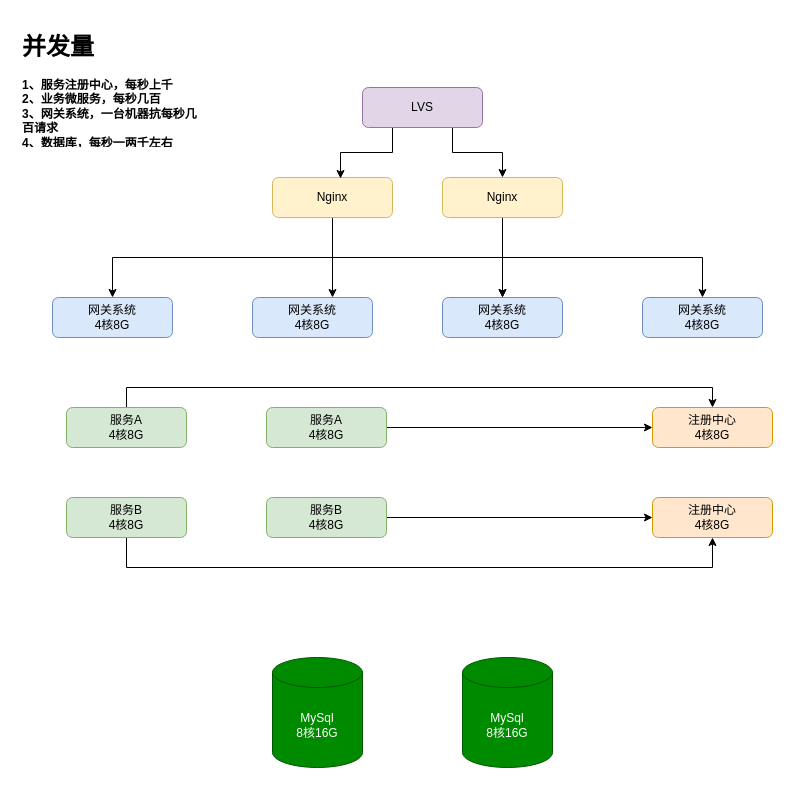
Above: page "生产部署图" (2 of 2) of Spring Cloud.drawio in juesuchen/diagrams (draw.io), before the change. Source tidied: cells renumbered, new cells numbered last; positions are measured from the earlier drawing's top-left corner, leaving out a move shared by most shapes. Both pictures are drawn from the tidied source at 100%, with x=0, y=0 at pixel (17, 27).
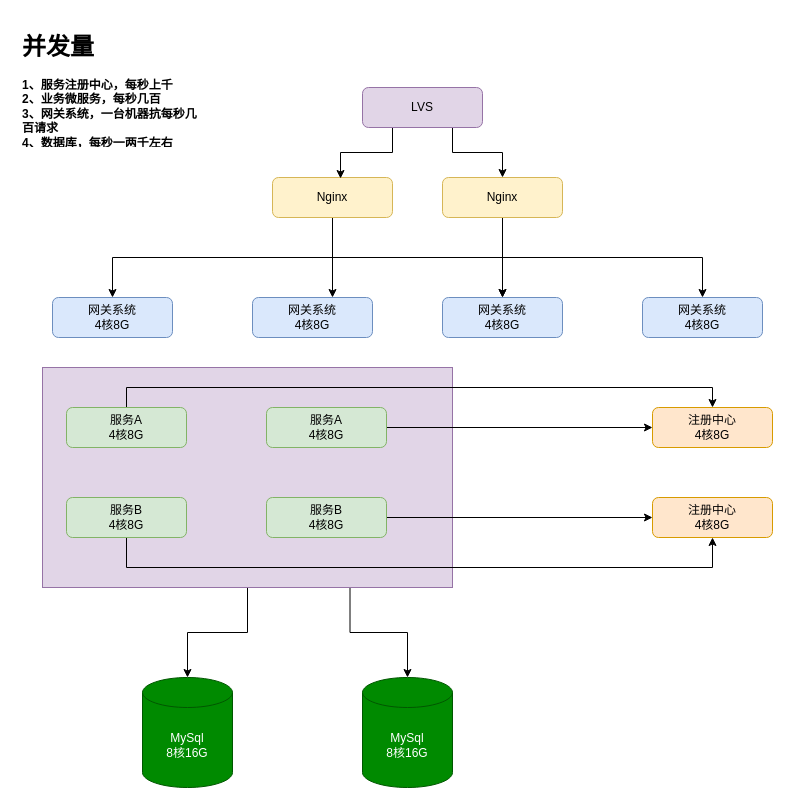
Above is the later version.

The edit, as a diff of the source:
```diff
@@
+    <mxCell id="29" style="edgeStyle=orthogonalEdgeStyle;rounded=0;jettySize=auto;html=1;" parent="1" edge="1" source="31" target="26">
+      <mxGeometry relative="1" as="geometry" />
+    </mxCell>
+    <mxCell id="30" style="edgeStyle=orthogonalEdgeStyle;rounded=0;jettySize=auto;html=1;exitX=0.75;exitY=1;exitDx=0;exitDy=0;" parent="1" edge="1" source="31" target="27">
+      <mxGeometry relative="1" as="geometry" />
+    </mxCell>
+    <mxCell id="31" style="rounded=0;whiteSpace=wrap;html=1;fillColor=#e1d5e7;strokeColor=#9673a6;" parent="1" vertex="1">
+      <mxGeometry x="25" y="340" width="410" height="220" as="geometry" />
+    </mxCell>
@@
     <mxCell id="26" value="MySql&lt;br&gt;8核16G" style="shape=cylinder3;whiteSpace=wrap;html=1;boundedLbl=1;backgroundOutline=1;size=15;fillColor=#008a00;strokeColor=#005700;fontColor=#ffffff;" parent="1" vertex="1">
-      <mxGeometry x="255" y="630" width="90" height="110" as="geometry" />
+      <mxGeometry x="125" y="650" width="90" height="110" as="geometry" />
     </mxCell>
     <mxCell id="27" value="MySql&lt;br&gt;8核16G" style="shape=cylinder3;whiteSpace=wrap;html=1;boundedLbl=1;backgroundOutline=1;size=15;fillColor=#008a00;strokeColor=#005700;fontColor=#ffffff;" parent="1" vertex="1">
-      <mxGeometry x="445" y="630" width="90" height="110" as="geometry" />
+      <mxGeometry x="345" y="650" width="90" height="110" as="geometry" />
     </mxCell>
```
